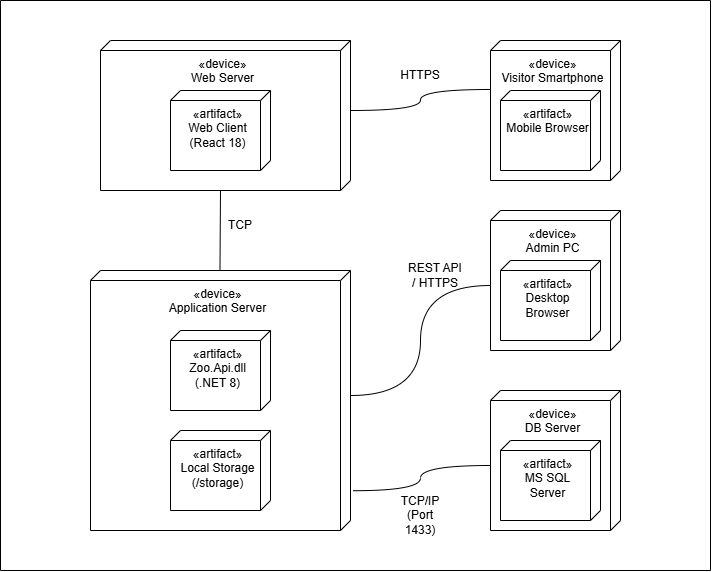
Before: docs/imgs/deployment_cnpm.drawio.png, a diagram exported from draw.io (QuanDatD/SGU_Software_Engineering_Pj). Source tidied: cells renumbered, new cells last; positions are measured from the earlier drawing's top-left corner, leaving out a move shared by most shapes. Its diagram source:
```xml
<mxGraphModel>
  <root>
    <mxCell id="0" />
    <mxCell id="1" parent="0" />
    <mxCell id="2" value="«device»&lt;br&gt;Web Server" style="verticalAlign=top;align=center;shape=cube;size=10;direction=south;fontStyle=0;html=1;boundedLbl=1;spacingLeft=5;whiteSpace=wrap;" parent="1" vertex="1">
      <mxGeometry x="100" y="40" width="250" height="150" as="geometry" />
    </mxCell>
    <mxCell id="3" value="«artifact»&lt;br/&gt;Web Client (React 18)" style="verticalAlign=top;align=center;shape=cube;size=10;direction=south;html=1;boundedLbl=1;spacingLeft=5;whiteSpace=wrap;" parent="2" vertex="1">
      <mxGeometry width="100" height="80" relative="1" as="geometry">
        <mxPoint x="70" y="50" as="offset" />
      </mxGeometry>
    </mxCell>
    <mxCell id="4" value="«device»&lt;br&gt;Visitor Smartphone" style="verticalAlign=top;align=center;shape=cube;size=10;direction=south;fontStyle=0;html=1;boundedLbl=1;spacingLeft=5;whiteSpace=wrap;" parent="1" vertex="1">
      <mxGeometry x="490" y="40" width="130" height="140" as="geometry" />
    </mxCell>
    <mxCell id="5" value="«artifact»&lt;br/&gt;Mobile Browser" style="verticalAlign=top;align=center;shape=cube;size=10;direction=south;html=1;boundedLbl=1;spacingLeft=5;whiteSpace=wrap;" parent="4" vertex="1">
      <mxGeometry width="100" height="80" relative="1" as="geometry">
        <mxPoint x="10" y="50" as="offset" />
      </mxGeometry>
    </mxCell>
    <mxCell id="6" value="«device»&lt;br&gt;Admin PC" style="verticalAlign=top;align=center;shape=cube;size=10;direction=south;fontStyle=0;html=1;boundedLbl=1;spacingLeft=5;whiteSpace=wrap;" parent="1" vertex="1">
      <mxGeometry x="490" y="210" width="130" height="140" as="geometry" />
    </mxCell>
    <mxCell id="7" value="«artifact»&lt;br/&gt;Desktop Browser" style="verticalAlign=top;align=center;shape=cube;size=10;direction=south;html=1;boundedLbl=1;spacingLeft=5;whiteSpace=wrap;" parent="6" vertex="1">
      <mxGeometry width="100" height="80" relative="1" as="geometry">
        <mxPoint x="10" y="50" as="offset" />
      </mxGeometry>
    </mxCell>
    <mxCell id="8" value="«device»&lt;br&gt;Application Server" style="verticalAlign=top;align=center;shape=cube;size=10;direction=south;fontStyle=0;html=1;boundedLbl=1;spacingLeft=5;whiteSpace=wrap;" parent="1" vertex="1">
      <mxGeometry x="90" y="270" width="260" height="260" as="geometry" />
    </mxCell>
    <mxCell id="9" value="«artifact»&lt;br/&gt;Zoo.Api.dll (.NET 8)" style="verticalAlign=top;align=center;shape=cube;size=10;direction=south;html=1;boundedLbl=1;spacingLeft=5;whiteSpace=wrap;" parent="8" vertex="1">
      <mxGeometry width="100" height="80" relative="1" as="geometry">
        <mxPoint x="80" y="60" as="offset" />
      </mxGeometry>
    </mxCell>
    <mxCell id="10" value="«artifact»&lt;br/&gt;Local Storage (/storage)" style="verticalAlign=top;align=center;shape=cube;size=10;direction=south;html=1;boundedLbl=1;spacingLeft=5;whiteSpace=wrap;" parent="8" vertex="1">
      <mxGeometry width="100" height="80" relative="1" as="geometry">
        <mxPoint x="80" y="160" as="offset" />
      </mxGeometry>
    </mxCell>
    <mxCell id="11" value="«device»&lt;br&gt;DB Server" style="verticalAlign=top;align=center;shape=cube;size=10;direction=south;fontStyle=0;html=1;boundedLbl=1;spacingLeft=5;whiteSpace=wrap;" parent="1" vertex="1">
      <mxGeometry x="490" y="390" width="130" height="140" as="geometry" />
    </mxCell>
    <mxCell id="12" value="«artifact»&lt;br/&gt;MS SQL Server" style="verticalAlign=top;align=center;shape=cube;size=10;direction=south;html=1;boundedLbl=1;spacingLeft=5;whiteSpace=wrap;" parent="11" vertex="1">
      <mxGeometry width="100" height="80" relative="1" as="geometry">
        <mxPoint x="10" y="50" as="offset" />
      </mxGeometry>
    </mxCell>
    <mxCell id="13" style="edgeStyle=orthogonalEdgeStyle;rounded=0;jettySize=auto;html=1;exitX=0.5;exitY=0;exitDx=-5;exitDy=0;exitPerimeter=0;entryX=0.35;entryY=1.005;entryDx=0;entryDy=0;entryPerimeter=0;defaultLabelBackgroundColor=page;endArrow=none;endFill=0;curved=1;curveGeometry=1;" parent="1" edge="1" source="2" target="4">
      <mxGeometry relative="1" as="geometry" />
    </mxCell>
    <mxCell id="14" style="rounded=0;jettySize=auto;html=1;exitX=1;exitY=0.5;exitDx=0;exitDy=5;exitPerimeter=0;entryX=-0.004;entryY=0.502;entryDx=0;entryDy=0;entryPerimeter=0;defaultLabelBackgroundColor=page;curved=1;curveGeometry=1;endArrow=none;endFill=0;" parent="1" edge="1" source="2" target="8">
      <mxGeometry relative="1" as="geometry" />
    </mxCell>
    <mxCell id="15" style="edgeStyle=orthogonalEdgeStyle;rounded=0;jettySize=auto;html=1;exitX=0.5;exitY=0;exitDx=-5;exitDy=0;exitPerimeter=0;entryX=0.5;entryY=1;entryDx=5;entryDy=0;entryPerimeter=0;defaultLabelBackgroundColor=page;endArrow=none;endFill=0;curved=1;curveGeometry=1;" parent="1" edge="1" source="8" target="6">
      <mxGeometry relative="1" as="geometry" />
    </mxCell>
    <mxCell id="16" style="edgeStyle=orthogonalEdgeStyle;rounded=0;jettySize=auto;html=1;exitX=0.5;exitY=1;exitDx=5;exitDy=0;exitPerimeter=0;entryX=0.847;entryY=-0.008;entryDx=0;entryDy=0;entryPerimeter=0;defaultLabelBackgroundColor=page;endArrow=none;endFill=0;curved=1;curveGeometry=1;" parent="1" edge="1" source="11" target="8">
      <mxGeometry relative="1" as="geometry" />
    </mxCell>
    <mxCell id="17" style="swimlane;startSize=0;" parent="1" vertex="1">
      <mxGeometry width="710" height="570" as="geometry" />
    </mxCell>
    <mxCell id="18" value="HTTPS" style="text;html=1;whiteSpace=wrap;strokeColor=none;fillColor=none;align=center;verticalAlign=middle;rounded=0;" parent="17" vertex="1">
      <mxGeometry x="390" y="60" width="60" height="30" as="geometry" />
    </mxCell>
    <mxCell id="19" value="TCP/IP (Port 1433)" style="text;html=1;whiteSpace=wrap;strokeColor=none;fillColor=none;align=center;verticalAlign=middle;rounded=0;" parent="17" vertex="1">
      <mxGeometry x="390" y="500" width="60" height="30" as="geometry" />
    </mxCell>
    <mxCell id="20" value="REST API / HTTPS" style="text;html=1;whiteSpace=wrap;strokeColor=none;fillColor=none;align=center;verticalAlign=middle;rounded=0;" parent="17" vertex="1">
      <mxGeometry x="405" y="260" width="60" height="30" as="geometry" />
    </mxCell>
    <mxCell id="21" value="TCP" style="text;html=1;whiteSpace=wrap;strokeColor=none;fillColor=none;align=center;verticalAlign=middle;rounded=0;" parent="1" vertex="1">
      <mxGeometry x="210" y="210" width="60" height="30" as="geometry" />
    </mxCell>
  </root>
</mxGraphModel>
```
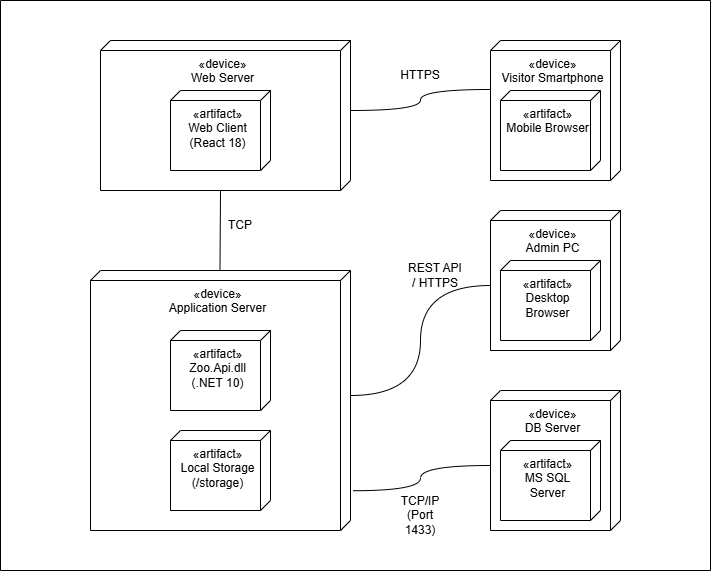
Above is the later version.

Commit message:
sua hinh deployment

The edit, as a diff of the source:
```diff
@@ -29,7 +29,7 @@
     <mxCell id="8" value="«device»&lt;br&gt;Application Server" style="verticalAlign=top;align=center;shape=cube;size=10;direction=south;fontStyle=0;html=1;boundedLbl=1;spacingLeft=5;whiteSpace=wrap;" parent="1" vertex="1">
       <mxGeometry x="90" y="270" width="260" height="260" as="geometry" />
     </mxCell>
-    <mxCell id="9" value="«artifact»&lt;br/&gt;Zoo.Api.dll (.NET 8)" style="verticalAlign=top;align=center;shape=cube;size=10;direction=south;html=1;boundedLbl=1;spacingLeft=5;whiteSpace=wrap;" parent="8" vertex="1">
+    <mxCell id="9" value="«artifact»&lt;br&gt;Zoo.Api.dll (.NET 10)" style="verticalAlign=top;align=center;shape=cube;size=10;direction=south;html=1;boundedLbl=1;spacingLeft=5;whiteSpace=wrap;" parent="8" vertex="1">
       <mxGeometry width="100" height="80" relative="1" as="geometry">
         <mxPoint x="80" y="60" as="offset" />
       </mxGeometry>
```
